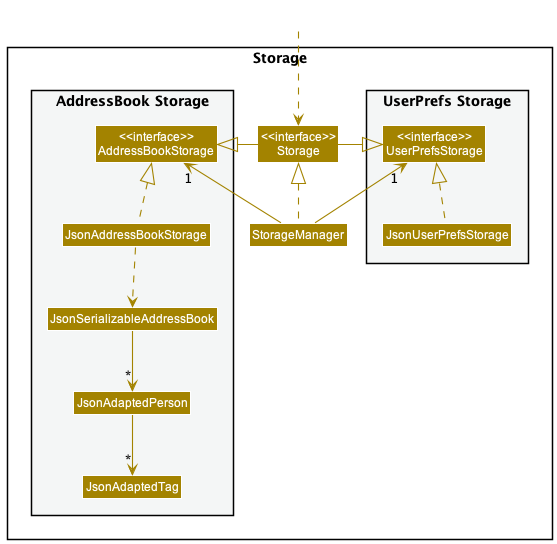
Before: docs/images/StorageClassDiagram.png, a diagram exported from PlantUML (nus-cs2103-AY2223S1/tp).
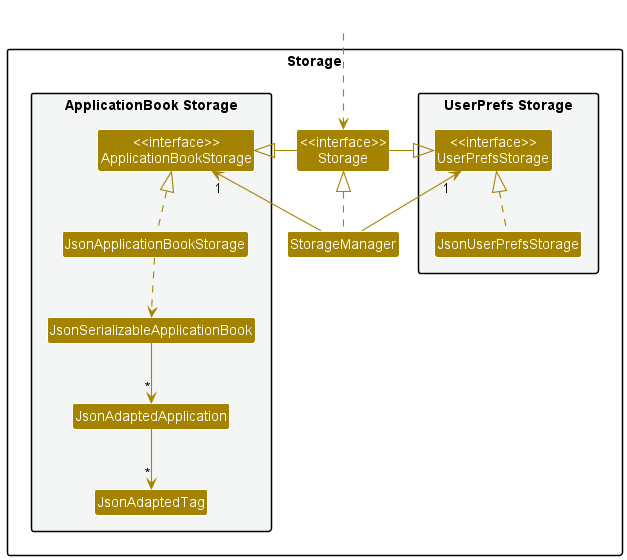
Later version of the same file.

What changed in the source:
```diff
@@ -14,11 +14,11 @@
 Class "<<interface>>\nStorage" as Storage
 Class StorageManager
 
-package "AddressBook Storage" #F4F6F6{
-Class "<<interface>>\nAddressBookStorage" as AddressBookStorage
-Class JsonAddressBookStorage
-Class JsonSerializableAddressBook
-Class JsonAdaptedPerson
+package "ApplicationBook Storage" #F4F6F6{
+Class "<<interface>>\nApplicationBookStorage" as ApplicationBookStorage
+Class JsonApplicationBookStorage
+Class JsonSerializableApplicationBook
+Class JsonAdaptedApplication
 Class JsonAdaptedTag
 }
 
@@ -29,15 +29,15 @@
 
 StorageManager .up.|> Storage
 StorageManager -up-> "1" UserPrefsStorage
-StorageManager -up-> "1" AddressBookStorage
+StorageManager -up-> "1" ApplicationBookStorage
 
 Storage -left-|> UserPrefsStorage
-Storage -right-|> AddressBookStorage
+Storage -right-|> ApplicationBookStorage
 
 JsonUserPrefsStorage .up.|> UserPrefsStorage
-JsonAddressBookStorage .up.|> AddressBookStorage
-JsonAddressBookStorage ..> JsonSerializableAddressBook
-JsonSerializableAddressBook --> "*" JsonAdaptedPerson
-JsonAdaptedPerson --> "*" JsonAdaptedTag
+JsonApplicationBookStorage .up.|> ApplicationBookStorage
+JsonApplicationBookStorage ..> JsonSerializableApplicationBook
+JsonSerializableApplicationBook --> "*" JsonAdaptedApplication
+JsonAdaptedApplication --> "*" JsonAdaptedTag
 
 @enduml
```
